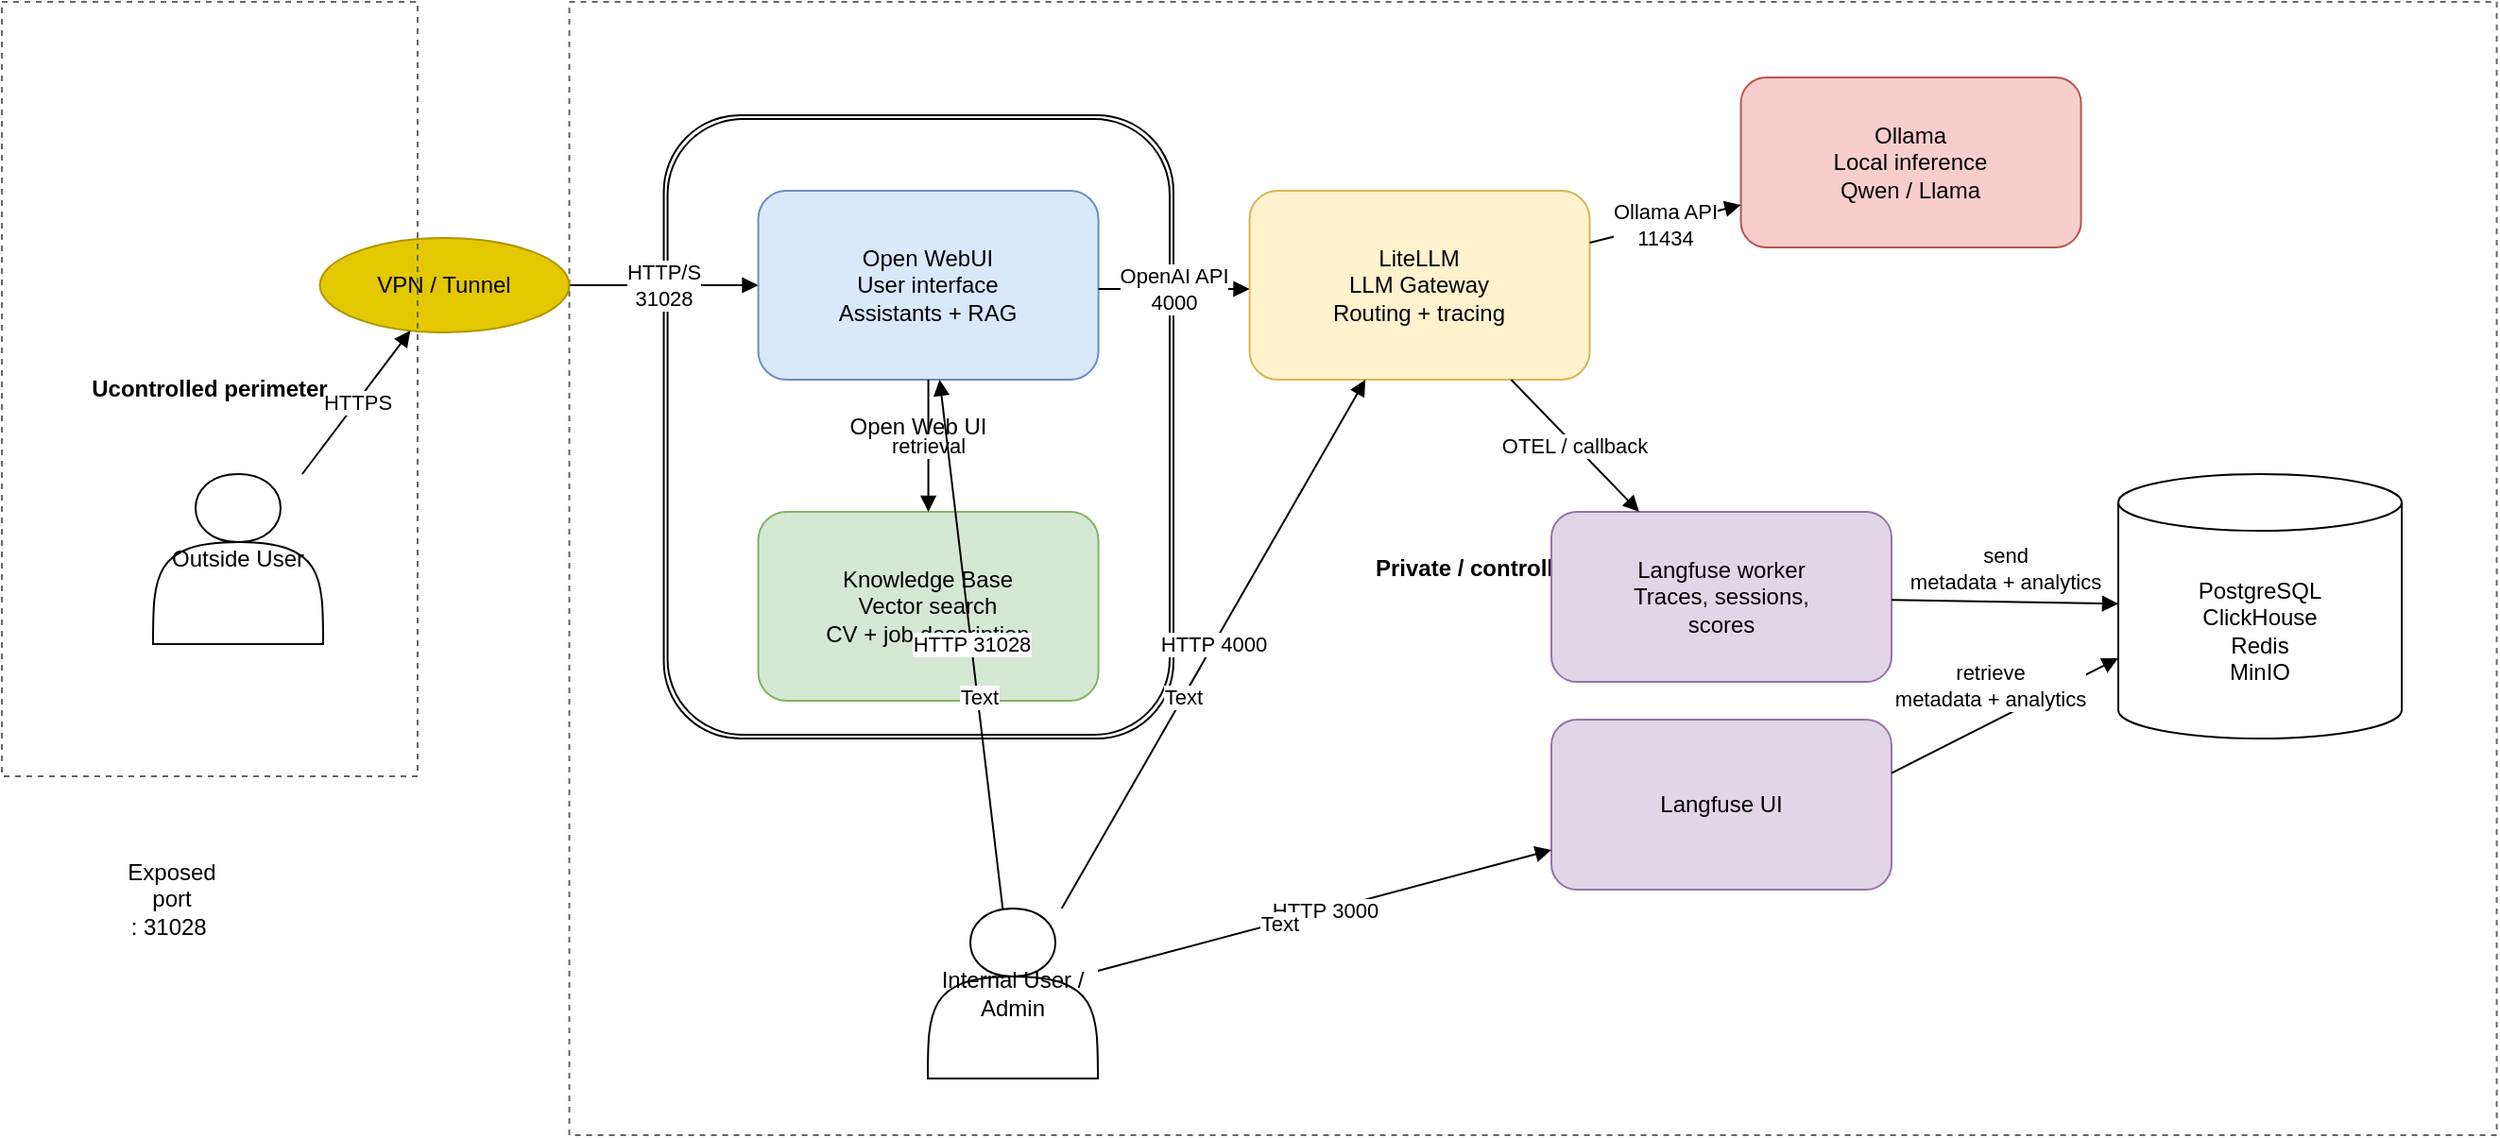
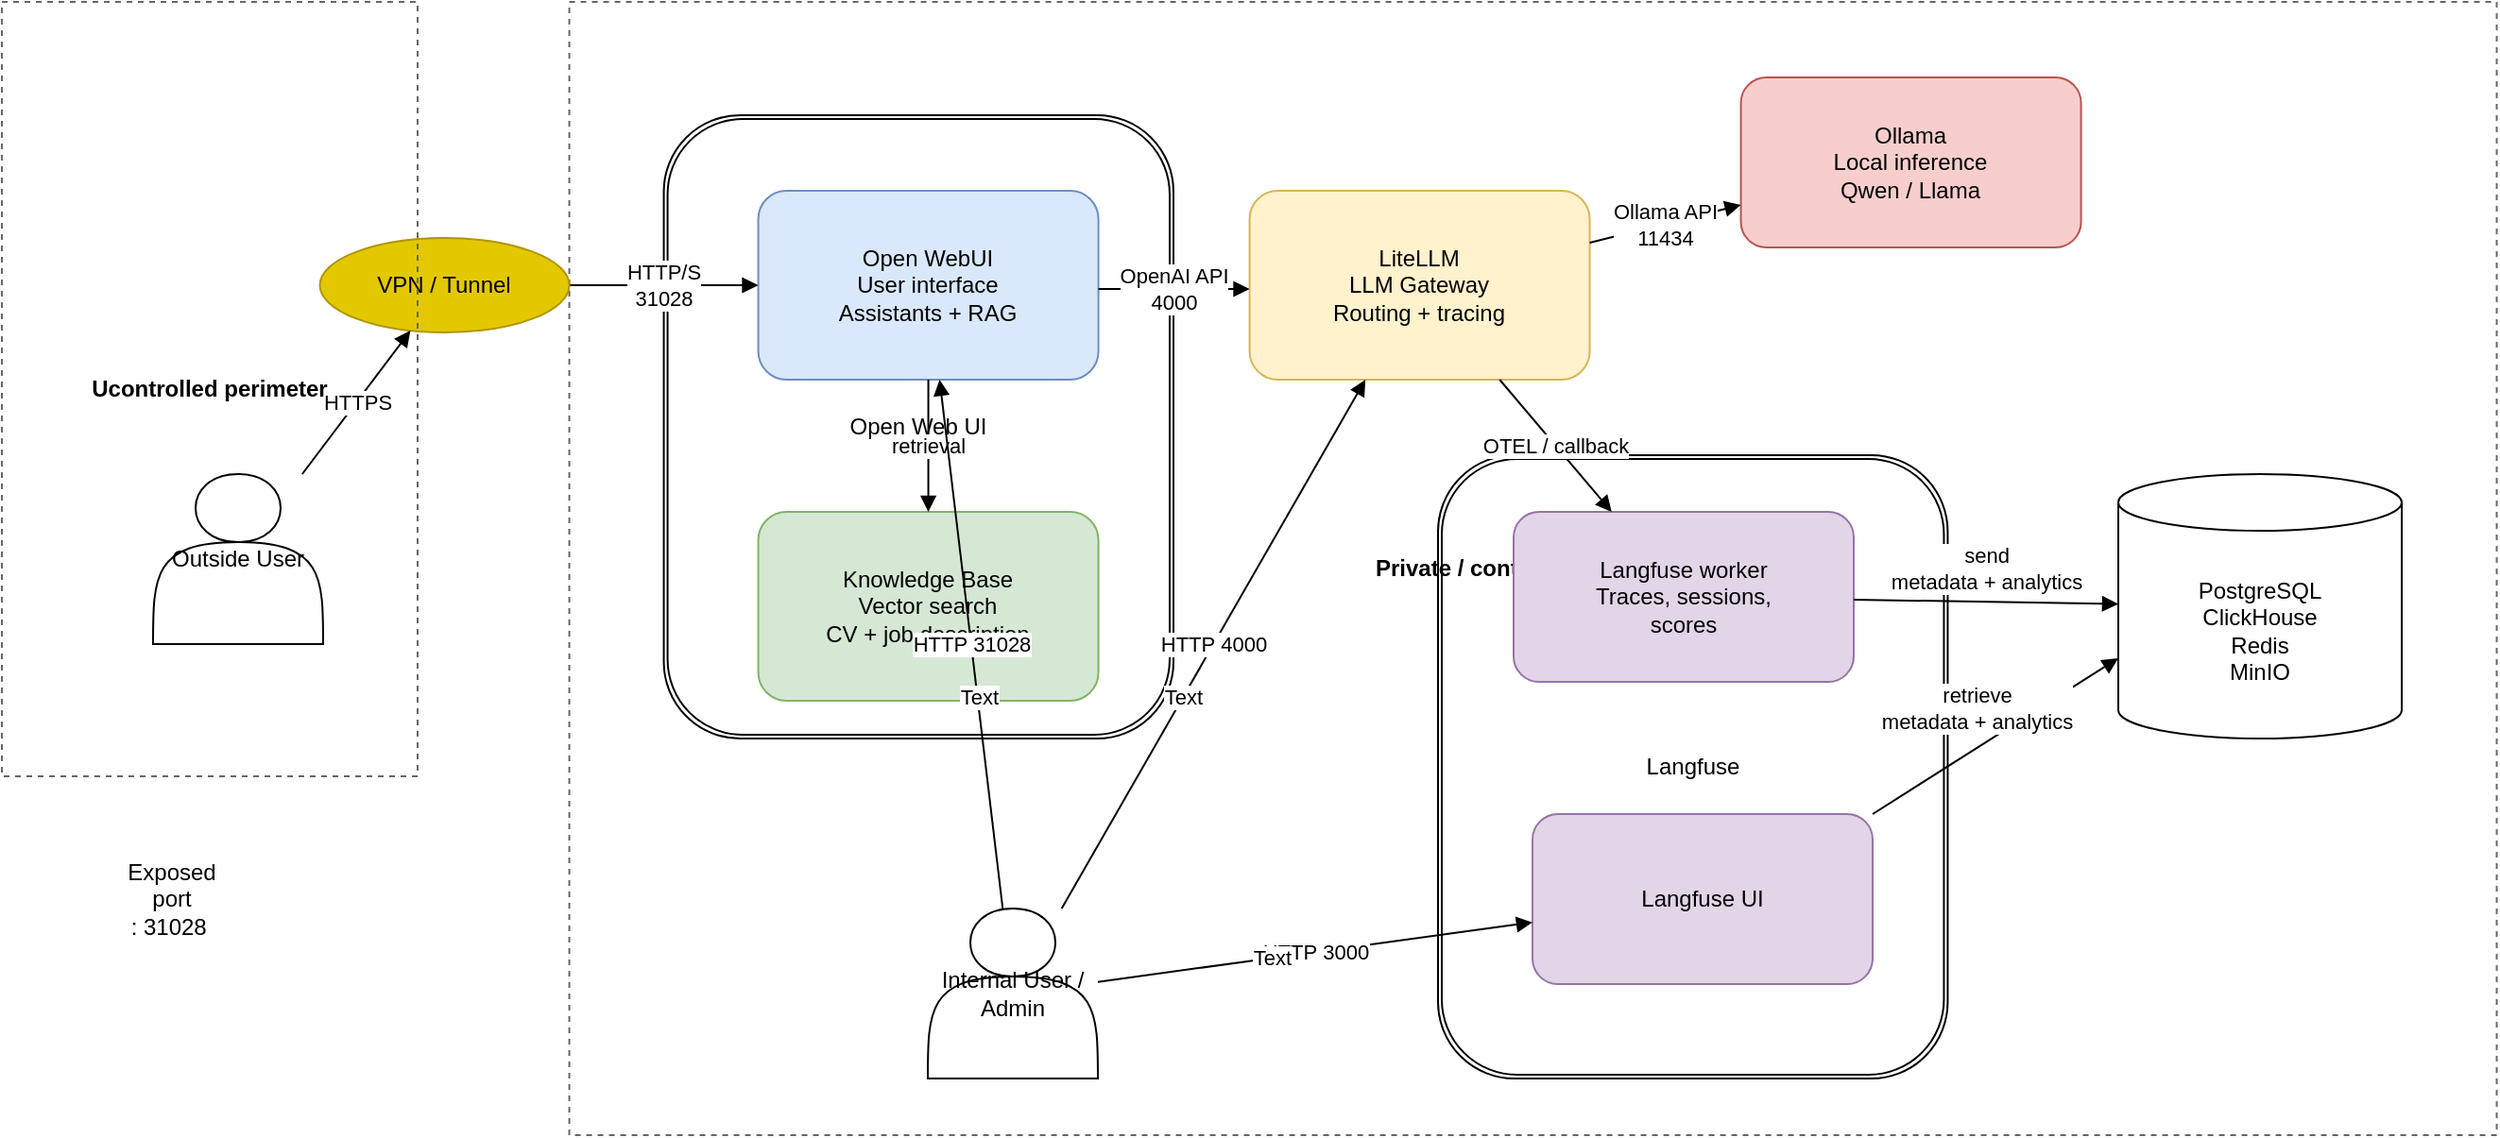
<mxfile host="drawio.albandrieu.com" agent="ChatGPT">
  <diagram id="thiga-ai-architecture" name="Thiga AI Architecture">
-     <mxGraphModel dx="1167" dy="614" grid="1" gridSize="10" guides="1" tooltips="1" connect="1" arrows="1" fold="1" page="1" pageScale="1" pageWidth="1400" pageHeight="900" math="0" shadow="0">
+     <mxGraphModel dx="1400" dy="737" grid="1" gridSize="10" guides="1" tooltips="1" connect="1" arrows="1" fold="1" page="1" pageScale="1" pageWidth="1400" pageHeight="900" math="0" shadow="0">
      <root>
        <mxCell id="0" />
        <mxCell id="1" parent="0" />
+         <mxCell id="dtexlJd4GG5qCyOlthO8-1" parent="1" style="shape=ext;double=1;rounded=1;whiteSpace=wrap;html=1;" value="Langfuse" vertex="1">
+           <mxGeometry height="330" width="269.72" x="770" y="310" as="geometry" />
+         </mxCell>
        <mxCell id="lhQLrdoku_FA5oAhKqCk-3" parent="1" style="shape=ext;double=1;rounded=1;whiteSpace=wrap;html=1;" value="Open Web UI" vertex="1">
          <mxGeometry height="330" width="269.72" x="360.28" y="130" as="geometry" />
        </mxCell>
        <object label="&lt;b style=&quot;line-height: 170%;&quot;&gt;Private / controlled perimeter&lt;/b&gt;" id="boundary">
          <mxCell parent="1" style="rounded=0;whiteSpace=wrap;html=1;fillColor=none;strokeColor=#666666;dashed=1;align=center;" vertex="1">
            <mxGeometry height="600" width="1020" x="310.28" y="70" as="geometry" />
          </mxCell>
        </object>
        <mxCell id="owui" parent="1" style="rounded=1;whiteSpace=wrap;html=1;fillColor=#dae8fc;strokeColor=#6c8ebf;" value="Open WebUI&lt;br&gt;User interface&lt;br&gt;Assistants + RAG" vertex="1">
          <mxGeometry height="100" width="180" x="410.28" y="170" as="geometry" />
        </mxCell>
        <mxCell id="kb" parent="1" style="rounded=1;whiteSpace=wrap;html=1;fillColor=#d5e8d4;strokeColor=#82b366;" value="Knowledge Base&lt;br&gt;Vector search&lt;br&gt;CV + job description" vertex="1">
          <mxGeometry height="100" width="180" x="410.28" y="340" as="geometry" />
        </mxCell>
        <mxCell id="litellm" parent="1" style="rounded=1;whiteSpace=wrap;html=1;fillColor=#fff2cc;strokeColor=#d6b656;" value="LiteLLM&lt;br&gt;LLM Gateway&lt;br&gt;Routing + tracing" vertex="1">
          <mxGeometry height="100" width="180" x="670.28" y="170" as="geometry" />
        </mxCell>
        <mxCell id="ollama" parent="1" style="rounded=1;whiteSpace=wrap;html=1;fillColor=#f8cecc;strokeColor=#b85450;" value="Ollama&lt;br&gt;Local inference&lt;br&gt;Qwen / Llama" vertex="1">
          <mxGeometry height="90" width="180" x="930.28" y="110" as="geometry" />
        </mxCell>
        <mxCell id="lf" parent="1" style="rounded=1;whiteSpace=wrap;html=1;fillColor=#e1d5e7;strokeColor=#9673a6;" value="Langfuse worker&lt;br&gt;Traces, sessions,&lt;br&gt;scores" vertex="1">
-           <mxGeometry height="90" width="180" x="830" y="340" as="geometry" />
+           <mxGeometry height="90" width="180" x="810" y="340" as="geometry" />
        </mxCell>
        <mxCell id="e1" edge="1" parent="1" source="lhQLrdoku_FA5oAhKqCk-4" style="endArrow=block;html=1;rounded=0;exitX=1;exitY=0.5;exitDx=0;exitDy=0;entryX=0;entryY=0.5;entryDx=0;entryDy=0;" target="owui" value="HTTP/S&lt;br&gt;31028">
          <mxGeometry relative="1" as="geometry">
            <mxPoint x="250" y="219.5" as="sourcePoint" />
            <mxPoint x="400.28" y="219.5" as="targetPoint" />
          </mxGeometry>
        </mxCell>
        <mxCell id="e2" edge="1" parent="1" style="endArrow=block;html=1;rounded=0;" value="OpenAI API&lt;br&gt;4000">
          <mxGeometry relative="1" as="geometry">
            <mxPoint x="590.28" y="222" as="sourcePoint" />
            <mxPoint x="670.28" y="222" as="targetPoint" />
          </mxGeometry>
        </mxCell>
        <mxCell id="e3" edge="1" parent="1" source="litellm" style="endArrow=block;html=1;rounded=0;" target="ollama" value="Ollama API&lt;br&gt;11434">
          <mxGeometry relative="1" as="geometry" />
        </mxCell>
        <mxCell id="e4" edge="1" parent="1" source="litellm" style="endArrow=block;html=1;rounded=0;" target="lf" value="OTEL / callback">
          <mxGeometry relative="1" as="geometry" />
        </mxCell>
        <mxCell id="e5" edge="1" parent="1" source="owui" style="endArrow=block;html=1;rounded=0;" target="kb" value="retrieval">
          <mxGeometry relative="1" as="geometry" />
        </mxCell>
        <mxCell id="e6" edge="1" parent="1" source="lf" style="endArrow=block;html=1;rounded=0;" target="lhQLrdoku_FA5oAhKqCk-2" value="send&lt;br&gt;metadata + analytics">
          <mxGeometry relative="1" x="-0.0052" y="18" as="geometry">
            <mxPoint as="offset" />
          </mxGeometry>
        </mxCell>
        <mxCell id="lhQLrdoku_FA5oAhKqCk-2" parent="1" style="shape=cylinder3;whiteSpace=wrap;html=1;boundedLbl=1;backgroundOutline=1;size=15;" value="PostgreSQL&lt;br&gt;ClickHouse&lt;br&gt;Redis&lt;br&gt;MinIO" vertex="1">
          <mxGeometry height="140" width="150" x="1130" y="320" as="geometry" />
        </mxCell>
        <mxCell id="lhQLrdoku_FA5oAhKqCk-4" parent="1" style="ellipse;whiteSpace=wrap;html=1;fillColor=#e3c800;strokeColor=#B09500;fontColor=#000000;" value="VPN / Tunnel" vertex="1">
          <mxGeometry height="50" width="132" x="178.28" y="195" as="geometry" />
        </mxCell>
        <mxCell id="lhQLrdoku_FA5oAhKqCk-5" edge="1" parent="1" source="lhQLrdoku_FA5oAhKqCk-7" style="endArrow=block;html=1;rounded=0;" target="lhQLrdoku_FA5oAhKqCk-4" value="HTTPS">
          <mxGeometry relative="1" as="geometry">
            <mxPoint x="180" y="89.5" as="sourcePoint" />
            <mxPoint x="330.28" y="89.5" as="targetPoint" />
          </mxGeometry>
        </mxCell>
        <object label="&lt;b&gt;Ucontrolled perimeter&lt;/b&gt;" id="lhQLrdoku_FA5oAhKqCk-6">
          <mxCell parent="1" style="rounded=0;whiteSpace=wrap;html=1;fillColor=none;strokeColor=#666666;dashed=1;align=center;" vertex="1">
            <mxGeometry height="410" width="220" x="10" y="70" as="geometry" />
          </mxCell>
        </object>
        <mxCell id="lhQLrdoku_FA5oAhKqCk-7" parent="1" style="shape=actor;whiteSpace=wrap;html=1;" value="Outside User" vertex="1">
          <mxGeometry height="90" width="90" x="90" y="320" as="geometry" />
        </mxCell>
        <mxCell id="lhQLrdoku_FA5oAhKqCk-11" parent="1" style="rounded=1;whiteSpace=wrap;html=1;fillColor=#e1d5e7;strokeColor=#9673a6;" value="Langfuse UI" vertex="1">
-           <mxGeometry height="90" width="180" x="830" y="450" as="geometry" />
+           <mxGeometry height="90" width="180" x="820" y="500" as="geometry" />
        </mxCell>
        <mxCell id="lhQLrdoku_FA5oAhKqCk-13" parent="1" style="shape=actor;whiteSpace=wrap;html=1;" value="Internal User / Admin" vertex="1">
          <mxGeometry height="90" width="90" x="500" y="550" as="geometry" />
        </mxCell>
        <mxCell id="lhQLrdoku_FA5oAhKqCk-14" edge="1" parent="1" source="lhQLrdoku_FA5oAhKqCk-13" style="endArrow=block;html=1;rounded=0;" target="lhQLrdoku_FA5oAhKqCk-11" value="HTTP&amp;nbsp;3000">
          <mxGeometry relative="1" as="geometry">
            <Array as="points" />
            <mxPoint x="173" y="320" as="sourcePoint" />
            <mxPoint x="234" y="249" as="targetPoint" />
          </mxGeometry>
        </mxCell>
        <mxCell id="lhQLrdoku_FA5oAhKqCk-15" connectable="0" parent="lhQLrdoku_FA5oAhKqCk-14" style="edgeLabel;html=1;align=center;verticalAlign=middle;resizable=0;points=[];" value="Text" vertex="1">
          <mxGeometry relative="1" x="-0.1998" as="geometry">
            <mxPoint as="offset" />
          </mxGeometry>
        </mxCell>
        <mxCell id="lhQLrdoku_FA5oAhKqCk-16" edge="1" parent="1" source="lhQLrdoku_FA5oAhKqCk-13" style="endArrow=block;html=1;rounded=0;" target="owui" value="HTTP&amp;nbsp;31028">
          <mxGeometry relative="1" as="geometry">
            <Array as="points" />
            <mxPoint x="480" y="520.07" as="sourcePoint" />
            <mxPoint x="710" y="470.07" as="targetPoint" />
          </mxGeometry>
        </mxCell>
        <mxCell id="lhQLrdoku_FA5oAhKqCk-17" connectable="0" parent="lhQLrdoku_FA5oAhKqCk-16" style="edgeLabel;html=1;align=center;verticalAlign=middle;resizable=0;points=[];" value="Text" vertex="1">
          <mxGeometry relative="1" x="-0.1998" as="geometry">
            <mxPoint as="offset" />
          </mxGeometry>
        </mxCell>
        <mxCell id="lhQLrdoku_FA5oAhKqCk-18" edge="1" parent="1" source="lhQLrdoku_FA5oAhKqCk-13" style="endArrow=block;html=1;rounded=0;" target="litellm" value="HTTP&amp;nbsp;4000">
          <mxGeometry relative="1" as="geometry">
            <Array as="points" />
            <mxPoint x="710.29" y="520" as="sourcePoint" />
            <mxPoint x="670.29" y="260" as="targetPoint" />
          </mxGeometry>
        </mxCell>
        <mxCell id="lhQLrdoku_FA5oAhKqCk-19" connectable="0" parent="lhQLrdoku_FA5oAhKqCk-18" style="edgeLabel;html=1;align=center;verticalAlign=middle;resizable=0;points=[];" value="Text" vertex="1">
          <mxGeometry relative="1" x="-0.1998" as="geometry">
            <mxPoint as="offset" />
          </mxGeometry>
        </mxCell>
-         <mxCell id="lhQLrdoku_FA5oAhKqCk-23" edge="1" parent="1" style="endArrow=block;html=1;rounded=0;entryX=0;entryY=0;entryDx=0;entryDy=97.5;entryPerimeter=0;" target="lhQLrdoku_FA5oAhKqCk-2" value="retrieve &lt;br&gt;metadata + analytics">
+         <mxCell id="lhQLrdoku_FA5oAhKqCk-23" edge="1" parent="1" source="lhQLrdoku_FA5oAhKqCk-11" style="endArrow=block;html=1;rounded=0;entryX=0;entryY=0;entryDx=0;entryDy=97.5;entryPerimeter=0;exitX=1;exitY=0;exitDx=0;exitDy=0;" target="lhQLrdoku_FA5oAhKqCk-2" value="retrieve &lt;br&gt;metadata + analytics">
          <mxGeometry relative="1" x="-0.0052" y="18" as="geometry">
            <mxPoint as="offset" />
            <mxPoint x="1010" y="478.32" as="sourcePoint" />
            <mxPoint x="1130" y="480.32" as="targetPoint" />
          </mxGeometry>
        </mxCell>
        <mxCell id="lhQLrdoku_FA5oAhKqCk-25" parent="1" style="text;html=1;whiteSpace=wrap;strokeColor=none;fillColor=none;align=center;verticalAlign=middle;rounded=0;" value="Exposed port :&amp;nbsp;31028&amp;nbsp;" vertex="1">
          <mxGeometry height="30" width="60" x="70" y="530" as="geometry" />
        </mxCell>
      </root>
    </mxGraphModel>
  </diagram>
</mxfile>
